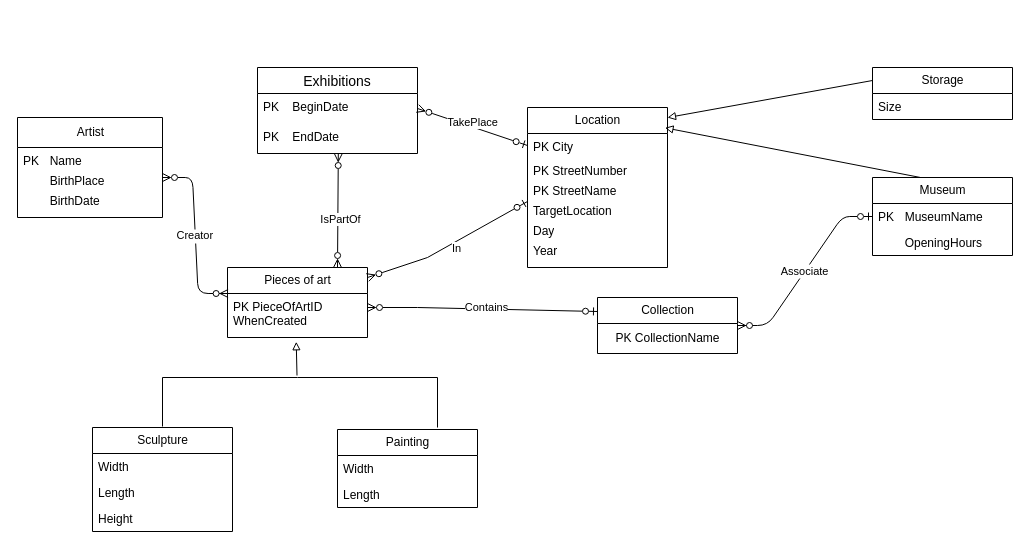
Earlier version of the draw.io diagram crowsFoot.drawio (KhalyHackerman/databases_p1). Source tidied: cells renumbered, new cells numbered last; positions are measured from the earlier drawing's top-left corner, leaving out a move shared by most shapes. Both pictures are drawn from the tidied source at 100%, with x=0, y=0 at pixel (17, 67).
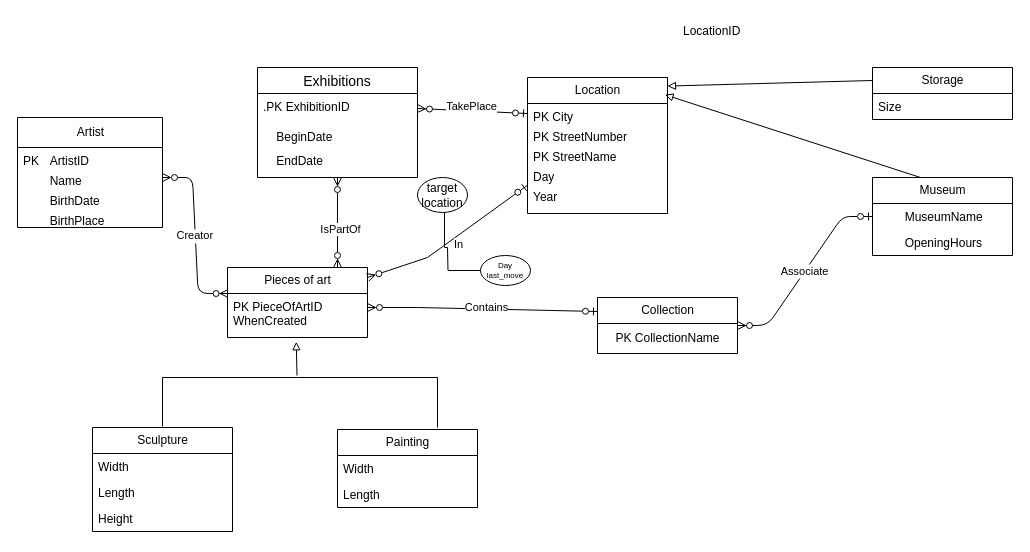
After the change.

The change refers to these unchanged cells:
```xml
<mxCell id="26" value="Museum" style="swimlane;fontStyle=0;horizontal=1;startSize=26;fillColor=none;html=1;" parent="1" vertex="1">
  <mxGeometry x="855" y="110" width="140" height="78" as="geometry" />
</mxCell>
```

The edit, as a diff of the source:
```diff
@@
     <mxCell id="2" value="Artist" style="swimlane;fontStyle=0;horizontal=1;startSize=30;fillColor=none;html=1;" parent="1" vertex="1">
-      <mxGeometry y="50" width="145" height="100" as="geometry" />
+      <mxGeometry y="50" width="145" height="110" as="geometry" />
     </mxCell>
-    <mxCell id="3" value="&lt;div&gt;PK&lt;span style=&quot;background-color: transparent; color: light-dark(rgb(0, 0, 0), rgb(255, 255, 255)); white-space: pre;&quot;&gt;&#9;&lt;/span&gt;&lt;span style=&quot;background-color: transparent; color: light-dark(rgb(0, 0, 0), rgb(255, 255, 255));&quot;&gt;Name&lt;/span&gt;&lt;/div&gt;" style="text;strokeColor=none;fillColor=none;align=left;verticalAlign=top;spacingLeft=4;spacingRight=4;overflow=hidden;whiteSpace=wrap;html=1;" parent="2" vertex="1">
+    <mxCell id="3" value="&lt;div&gt;PK&lt;span style=&quot;background-color: transparent; color: light-dark(rgb(0, 0, 0), rgb(255, 255, 255)); white-space: pre;&quot;&gt;&#9;&lt;/span&gt;ArtistID&lt;/div&gt;" style="text;strokeColor=none;fillColor=none;align=left;verticalAlign=top;spacingLeft=4;spacingRight=4;overflow=hidden;whiteSpace=wrap;html=1;" parent="2" vertex="1">
       <mxGeometry y="30" width="145" height="20" as="geometry" />
     </mxCell>
-    <mxCell id="4" value="&lt;span style=&quot;white-space: pre;&quot;&gt;&#9;&lt;/span&gt;BirthPlace" style="text;strokeColor=none;fillColor=none;align=left;verticalAlign=top;spacingLeft=4;spacingRight=4;overflow=hidden;points=[[0,0.5],[1,0.5]];portConstraint=eastwest;whiteSpace=wrap;html=1;" parent="2" vertex="1">
+    <mxCell id="4" value="&amp;nbsp; &amp;nbsp; &amp;nbsp; &amp;nbsp; Name" style="text;strokeColor=none;fillColor=none;align=left;verticalAlign=top;spacingLeft=4;spacingRight=4;overflow=hidden;points=[[0,0.5],[1,0.5]];portConstraint=eastwest;whiteSpace=wrap;html=1;" parent="2" vertex="1">
       <mxGeometry y="50" width="145" height="20" as="geometry" />
     </mxCell>
     <mxCell id="5" value="&lt;span style=&quot;white-space: pre;&quot;&gt;&#9;&lt;/span&gt;BirthDate" style="text;strokeColor=none;fillColor=none;align=left;verticalAlign=top;spacingLeft=4;spacingRight=4;overflow=hidden;whiteSpace=wrap;html=1;" parent="2" vertex="1">
-      <mxGeometry y="70" width="145" height="30" as="geometry" />
+      <mxGeometry y="70" width="145" height="20" as="geometry" />
     </mxCell>
+    <mxCell id="47" value="&lt;span style=&quot;white-space: pre;&quot;&gt;&#9;&lt;/span&gt;BirthPlace" style="text;strokeColor=none;fillColor=none;align=left;verticalAlign=top;spacingLeft=4;spacingRight=4;overflow=hidden;whiteSpace=wrap;html=1;" parent="2" vertex="1">
+      <mxGeometry y="90" width="145" height="20" as="geometry" />
+    </mxCell>
@@
     <mxCell id="20" value="Location" style="swimlane;fontStyle=0;horizontal=1;startSize=26;fillColor=none;html=1;" parent="1" vertex="1">
-      <mxGeometry x="510" y="40" width="140" height="160" as="geometry" />
+      <mxGeometry x="510" y="10" width="140" height="136" as="geometry" />
     </mxCell>
-    <mxCell id="21" value="PK City" style="text;strokeColor=none;fillColor=none;align=left;verticalAlign=top;spacingLeft=4;spacingRight=4;overflow=hidden;points=[[0,0.5],[1,0.5]];portConstraint=eastwest;whiteSpace=wrap;html=1;" parent="20" vertex="1">
-      <mxGeometry y="26" width="140" height="24" as="geometry" />
-    </mxCell>
-    <mxCell id="22" value="PK StreetNumber" style="text;strokeColor=none;fillColor=none;align=left;verticalAlign=top;spacingLeft=4;spacingRight=4;overflow=hidden;whiteSpace=wrap;html=1;" parent="20" vertex="1">
-      <mxGeometry y="50" width="140" height="20" as="geometry" />
+    <mxCell id="22" value="PK City" style="text;strokeColor=none;fillColor=none;align=left;verticalAlign=top;spacingLeft=4;spacingRight=4;overflow=hidden;whiteSpace=wrap;html=1;" parent="20" vertex="1">
+      <mxGeometry y="26" width="140" height="20" as="geometry" />
     </mxCell>
-    <mxCell id="23" value="PK StreetName" style="text;strokeColor=none;fillColor=none;align=left;verticalAlign=top;spacingLeft=4;spacingRight=4;overflow=hidden;whiteSpace=wrap;html=1;" parent="20" vertex="1">
-      <mxGeometry y="70" width="140" height="20" as="geometry" />
+    <mxCell id="23" value="PK StreetNumber" style="text;strokeColor=none;fillColor=none;align=left;verticalAlign=top;spacingLeft=4;spacingRight=4;overflow=hidden;whiteSpace=wrap;html=1;" parent="20" vertex="1">
+      <mxGeometry y="46" width="140" height="20" as="geometry" />
     </mxCell>
+    <mxCell id="42" value="PK StreetName" style="text;strokeColor=none;fillColor=none;align=left;verticalAlign=top;spacingLeft=4;spacingRight=4;overflow=hidden;whiteSpace=wrap;html=1;" parent="20" vertex="1">
+      <mxGeometry y="66" width="140" height="20" as="geometry" />
+    </mxCell>
+    <mxCell id="43" value="Day" style="text;strokeColor=none;fillColor=none;align=left;verticalAlign=top;spacingLeft=4;spacingRight=4;overflow=hidden;whiteSpace=wrap;html=1;" parent="20" vertex="1">
+      <mxGeometry y="86" width="140" height="20" as="geometry" />
+    </mxCell>
-    <mxCell id="24" value="TargetLocation" style="text;strokeColor=none;fillColor=none;align=left;verticalAlign=top;spacingLeft=4;spacingRight=4;overflow=hidden;points=[[0,0.5],[1,0.5]];portConstraint=eastwest;whiteSpace=wrap;html=1;" parent="20" vertex="1">
-      <mxGeometry y="90" width="140" height="70" as="geometry" />
+    <mxCell id="24" value="Year" style="text;strokeColor=none;fillColor=none;align=left;verticalAlign=top;spacingLeft=4;spacingRight=4;overflow=hidden;points=[[0,0.5],[1,0.5]];portConstraint=eastwest;whiteSpace=wrap;html=1;" parent="20" vertex="1">
+      <mxGeometry y="106" width="140" height="30" as="geometry" />
     </mxCell>
@@
-    <mxCell id="27" value="PK&lt;span style=&quot;white-space: pre;&quot;&gt;&#9;&lt;/span&gt;MuseumName" style="text;strokeColor=none;fillColor=none;align=left;verticalAlign=top;spacingLeft=4;spacingRight=4;overflow=hidden;whiteSpace=wrap;html=1;" parent="26" vertex="1">
+    <mxCell id="27" value="&lt;span style=&quot;white-space: pre;&quot;&gt;&#9;&lt;/span&gt;MuseumName" style="text;strokeColor=none;fillColor=none;align=left;verticalAlign=top;spacingLeft=4;spacingRight=4;overflow=hidden;whiteSpace=wrap;html=1;" parent="26" vertex="1">
       <mxGeometry y="26" width="140" height="26" as="geometry" />
     </mxCell>
@@
     <mxCell id="32" value="Exhibitions" style="swimlane;fontStyle=0;horizontal=1;startSize=26;align=center;fontSize=14;" parent="1" vertex="1">
-      <mxGeometry x="240" width="160" height="86" as="geometry" />
+      <mxGeometry x="240" width="160" height="110" as="geometry" />
     </mxCell>
-    <mxCell id="33" value="PK    BeginDate" style="text;strokeColor=none;fillColor=none;spacingLeft=4;spacingRight=4;overflow=hidden;points=[[0,0.5],[1,0.5]];portConstraint=eastwest;fontSize=12;" parent="32" vertex="1">
+    <mxCell id="33" value=".PK ExhibitionID" style="text;strokeColor=none;fillColor=none;spacingLeft=4;spacingRight=4;overflow=hidden;points=[[0,0.5],[1,0.5]];portConstraint=eastwest;fontSize=12;" parent="32" vertex="1">
       <mxGeometry y="26" width="160" height="30" as="geometry" />
     </mxCell>
-    <mxCell id="34" value="PK    EndDate" style="text;strokeColor=none;fillColor=none;spacingLeft=4;spacingRight=4;overflow=hidden;points=[[0,0.5],[1,0.5]];portConstraint=eastwest;fontSize=12;" parent="32" vertex="1">
-      <mxGeometry y="56" width="160" height="30" as="geometry" />
+    <mxCell id="34" value="    BeginDate" style="text;strokeColor=none;fillColor=none;spacingLeft=4;spacingRight=4;overflow=hidden;points=[[0,0.5],[1,0.5]];portConstraint=eastwest;fontSize=12;" parent="32" vertex="1">
+      <mxGeometry y="56" width="160" height="24" as="geometry" />
     </mxCell>
+    <mxCell id="48" value="    EndDate" style="text;strokeColor=none;fillColor=none;spacingLeft=4;spacingRight=4;overflow=hidden;fontSize=12;" parent="32" vertex="1">
+      <mxGeometry y="80" width="160" height="30" as="geometry" />
+    </mxCell>
-    <mxCell id="35" style="endArrow=ERzeroToMany;html=1;rounded=0;strokeColor=default;exitX=0.505;exitY=1;exitDx=0;exitDy=0;startArrow=ERzeroToMany;startFill=0;endFill=0;exitPerimeter=0;" parent="1" edge="1" source="34">
+    <mxCell id="35" style="endArrow=ERzeroToMany;html=1;rounded=0;strokeColor=default;startArrow=ERzeroToMany;startFill=0;endFill=0;" parent="1" edge="1">
       <mxGeometry relative="1" as="geometry">
+        <mxPoint x="320" y="110" as="sourcePoint" />
         <mxPoint x="320" y="200" as="targetPoint" />
       </mxGeometry>
     </mxCell>
@@
-    <mxCell id="37" style="endArrow=ERzeroToOne;html=1;rounded=0;strokeColor=default;entryX=0;entryY=0.5;entryDx=0;entryDy=0;startArrow=ERzeroToMany;startFill=0;endFill=0;exitX=1;exitY=0.5;exitDx=0;exitDy=0;" parent="1" edge="1" source="33" target="21">
-      <mxGeometry relative="1" as="geometry" />
+    <mxCell id="37" style="endArrow=ERzeroToOne;html=1;rounded=0;strokeColor=default;entryX=0;entryY=0.5;entryDx=0;entryDy=0;startArrow=ERzeroToMany;startFill=0;endFill=0;exitX=1;exitY=0.5;exitDx=0;exitDy=0;" parent="1" edge="1" source="33">
+      <mxGeometry relative="1" as="geometry">
+        <mxPoint x="510" y="46" as="targetPoint" />
+      </mxGeometry>
     </mxCell>
@@
-    <mxCell id="42" value="Day" style="text;strokeColor=none;fillColor=none;align=left;verticalAlign=top;spacingLeft=4;spacingRight=4;overflow=hidden;whiteSpace=wrap;html=1;" parent="1" vertex="1">
-      <mxGeometry x="510" y="150" width="140" height="30" as="geometry" />
-    </mxCell>
-    <mxCell id="43" value="Year" style="text;strokeColor=none;fillColor=none;align=left;verticalAlign=top;spacingLeft=4;spacingRight=4;overflow=hidden;whiteSpace=wrap;html=1;" parent="1" vertex="1">
-      <mxGeometry x="510" y="170" width="140" height="30" as="geometry" />
-    </mxCell>
@@
+    <mxCell id="49" value="LocationID" style="text;strokeColor=none;fillColor=none;align=left;verticalAlign=top;spacingLeft=4;spacingRight=4;overflow=hidden;whiteSpace=wrap;html=1;" parent="1" vertex="1">
+      <mxGeometry x="660" y="-50" width="140" height="20" as="geometry" />
+    </mxCell>
+    <mxCell id="50" value="Day last_move" style="ellipse;whiteSpace=wrap;html=1;fontSize=8;" parent="1" vertex="1">
+      <mxGeometry x="463" y="188" width="50" height="30" as="geometry" />
+    </mxCell>
+    <mxCell id="51" style="edgeStyle=orthogonalEdgeStyle;rounded=0;jettySize=auto;html=1;endArrow=none;startFill=0;" parent="1" edge="1" source="50">
+      <mxGeometry relative="1" as="geometry">
+        <mxPoint x="430" y="180" as="targetPoint" />
+      </mxGeometry>
+    </mxCell>
+    <mxCell id="52" value="target location" style="ellipse;whiteSpace=wrap;html=1;" parent="1" vertex="1">
+      <mxGeometry x="400" y="110" width="50" height="35" as="geometry" />
+    </mxCell>
+    <mxCell id="53" style="edgeStyle=orthogonalEdgeStyle;rounded=0;orthogonalLoop=1;jettySize=auto;html=1;endArrow=none;startFill=0;" parent="1" edge="1">
+      <mxGeometry relative="1" as="geometry">
+        <mxPoint x="430" y="180" as="sourcePoint" />
+        <mxPoint x="427" y="145" as="targetPoint" />
+      </mxGeometry>
+    </mxCell>
```
